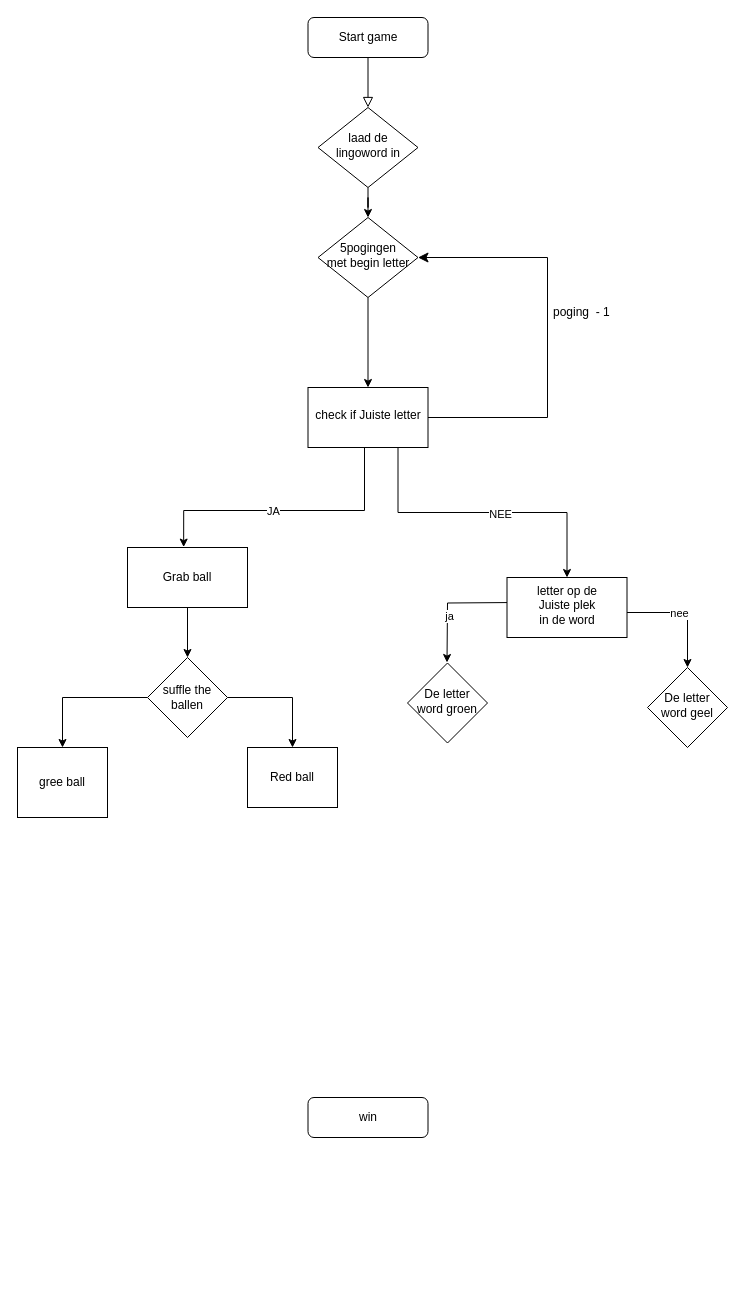
The draw.io diagram lingo.drawio in mojtaba332/Lingo_mp, before the edit. Source tidied: cells renumbered, new cells numbered last; positions are measured from the earlier drawing's top-left corner, leaving out a move shared by most shapes. Both pictures are drawn from the tidied source at 100%, with x=0, y=0 at pixel (17, 17).
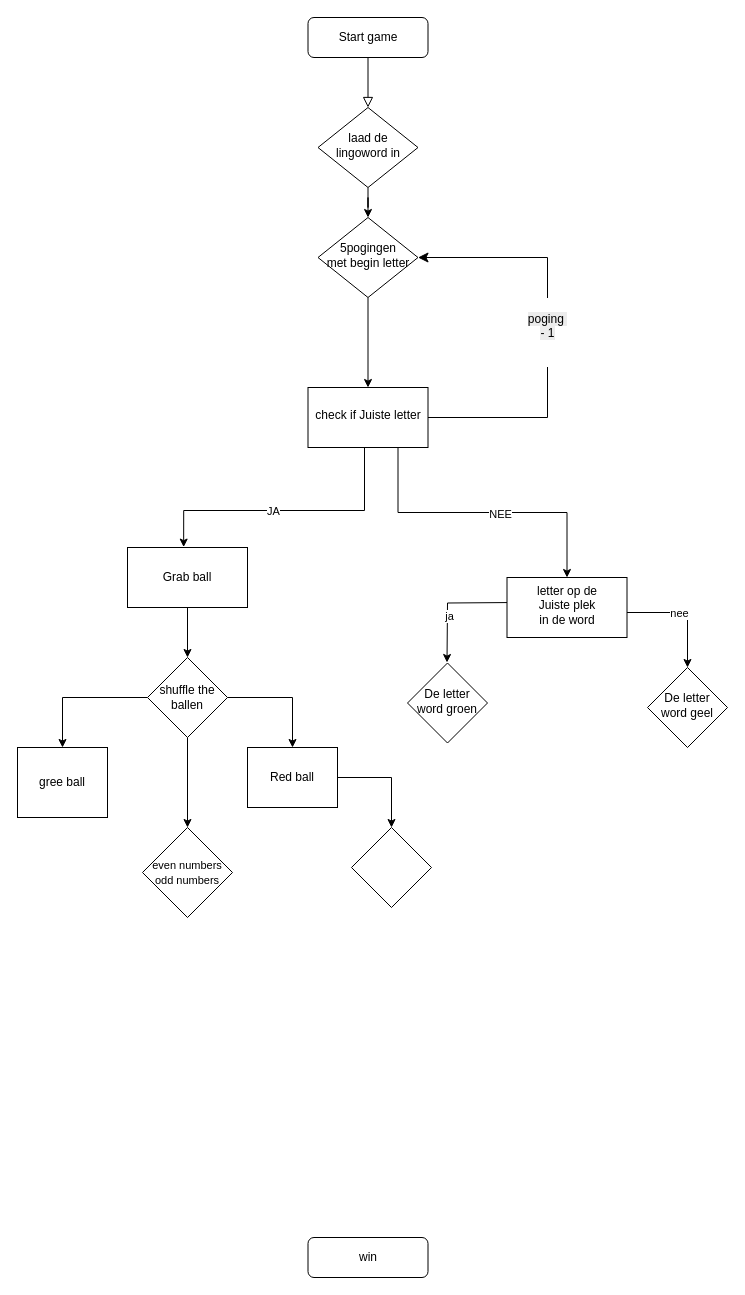
The same diagram, later.

The change refers to these unchanged cells:
```xml
<mxCell id="7" value="5pogingen&lt;div&gt;met begin letter&lt;/div&gt;" style="rhombus;whiteSpace=wrap;html=1;shadow=0;fontFamily=Helvetica;fontSize=12;align=center;strokeWidth=1;spacing=6;spacingTop=-4;" parent="1" vertex="1">
  <mxGeometry x="300.5" y="200" width="100" height="80" as="geometry" />
</mxCell>
<mxCell id="14" value="check if Juiste letter" style="whiteSpace=wrap;html=1;shadow=0;strokeWidth=1;spacing=6;spacingTop=-4;" parent="1" vertex="1">
  <mxGeometry x="290.5" y="370" width="120" height="60" as="geometry" />
</mxCell>
<mxCell id="28" value="Red ball" style="rounded=0;whiteSpace=wrap;html=1;" parent="1" vertex="1">
  <mxGeometry x="230" y="730" width="90" height="60" as="geometry" />
</mxCell>
```

Change to the diagram source:
```diff
@@
-    <mxCell id="17" style="edgeStyle=elbowEdgeStyle;elbow=vertical;endArrow=classic;html=1;curved=0;rounded=0;endSize=8;startSize=8;exitX=1;exitY=0.5;exitDx=0;exitDy=0;entryX=1;entryY=0.5;entryDx=0;entryDy=0;" parent="1" edge="1" source="14" target="7">
+    <mxCell id="17" value="&#10;&lt;span style=&quot;color: rgb(0, 0, 0); font-family: Helvetica; font-size: 12px; font-style: normal; font-variant-ligatures: normal; font-variant-caps: normal; font-weight: 400; letter-spacing: normal; orphans: 2; text-align: left; text-indent: 0px; text-transform: none; widows: 2; word-spacing: 0px; -webkit-text-stroke-width: 0px; white-space: normal; background-color: rgb(236, 236, 236); text-decoration-thickness: initial; text-decoration-style: initial; text-decoration-color: initial; display: inline !important; float: none;&quot;&gt;poging&amp;nbsp; - 1&lt;/span&gt;&#10;&#10;" style="edgeStyle=elbowEdgeStyle;elbow=horizontal;endArrow=classic;html=1;curved=0;rounded=0;endSize=8;startSize=8;exitX=1;exitY=0.5;exitDx=0;exitDy=0;entryX=1;entryY=0.5;entryDx=0;entryDy=0;" parent="1" edge="1" source="14" target="7">
       <mxGeometry relative="1" as="geometry">
         <Array as="points">
           <mxPoint x="530" y="390" />
         </Array>
       </mxGeometry>
     </mxCell>
-    <mxCell id="18" value="poging&amp;nbsp; - 1" style="text;strokeColor=none;fillColor=none;align=left;verticalAlign=middle;spacingLeft=4;spacingRight=4;overflow=hidden;whiteSpace=wrap;html=1;" parent="1" vertex="1">
-      <mxGeometry x="530" y="280" width="80" height="30" as="geometry" />
-    </mxCell>
@@
     <mxCell id="24" value="win" style="rounded=1;whiteSpace=wrap;html=1;fontSize=12;glass=0;strokeWidth=1;shadow=0;" parent="1" vertex="1">
-      <mxGeometry x="290.5" y="1080" width="120" height="40" as="geometry" />
+      <mxGeometry x="290.5" y="1220" width="120" height="40" as="geometry" />
     </mxCell>
@@
+    <mxCell id="30" style="edgeStyle=orthogonalEdgeStyle;rounded=0;jettySize=auto;html=1;" parent="1" edge="1" source="27" target="32">
+      <mxGeometry relative="1" as="geometry" />
+    </mxCell>
-    <mxCell id="27" value="suffle the ballen" style="rhombus;whiteSpace=wrap;html=1;rounded=0;" parent="1" vertex="1">
+    <mxCell id="27" value="shuffle the ballen" style="rhombus;whiteSpace=wrap;html=1;rounded=0;" parent="1" vertex="1">
       <mxGeometry x="130" y="640" width="80" height="80" as="geometry" />
     </mxCell>
+    <mxCell id="31" style="edgeStyle=orthogonalEdgeStyle;rounded=0;jettySize=auto;html=1;" parent="1" edge="1" source="28" target="33">
+      <mxGeometry relative="1" as="geometry" />
+    </mxCell>
@@
+    <mxCell id="32" value="&lt;font style=&quot;font-size: 11px;&quot;&gt;&lt;br&gt;even numbers&lt;br&gt;odd numbers&lt;/font&gt;&lt;div&gt;&lt;br&gt;&lt;/div&gt;" style="rhombus;whiteSpace=wrap;html=1;rounded=0;align=center;" parent="1" vertex="1">
+      <mxGeometry x="125" y="810" width="90" height="90" as="geometry" />
+    </mxCell>
+    <mxCell id="33" style="rhombus;whiteSpace=wrap;html=1;rounded=0;" parent="1" vertex="1">
+      <mxGeometry x="334" y="810" width="80" height="80" as="geometry" />
+    </mxCell>
```
